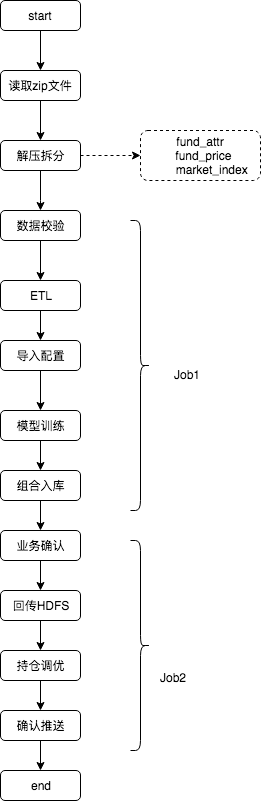
The draw.io diagram robot.png in wennengjun/MyFirstProgect, before a commit. Source tidied: cells renumbered, new cells last; positions are measured from the earlier drawing's top-left corner, leaving out a move shared by most shapes. Source of this version:
```xml
<mxGraphModel background="#ffffff">
  <root>
    <mxCell id="0" />
    <mxCell id="1" parent="0" />
    <mxCell id="2" style="edgeStyle=orthogonalEdgeStyle;rounded=0;html=1;jettySize=auto;" parent="1" edge="1" source="3">
      <mxGeometry relative="1" as="geometry">
        <mxPoint x="40" y="70" as="targetPoint" />
      </mxGeometry>
    </mxCell>
    <mxCell id="3" value="start" style="rounded=1;whiteSpace=wrap;html=1;" parent="1" vertex="1">
      <mxGeometry width="80" height="30" as="geometry" />
    </mxCell>
    <mxCell id="4" style="edgeStyle=orthogonalEdgeStyle;rounded=0;html=1;jettySize=auto;" parent="1" edge="1" source="5">
      <mxGeometry relative="1" as="geometry">
        <mxPoint x="40" y="140" as="targetPoint" />
      </mxGeometry>
    </mxCell>
    <mxCell id="5" value="读取zip文件" style="rounded=1;whiteSpace=wrap;html=1;" parent="1" vertex="1">
      <mxGeometry y="70" width="80" height="30" as="geometry" />
    </mxCell>
    <mxCell id="6" style="edgeStyle=orthogonalEdgeStyle;rounded=0;html=1;dashed=1;jettySize=auto;" parent="1" edge="1" source="8" target="28">
      <mxGeometry relative="1" as="geometry" />
    </mxCell>
    <mxCell id="7" style="edgeStyle=orthogonalEdgeStyle;rounded=0;html=1;jettySize=auto;" parent="1" edge="1" source="8" target="10">
      <mxGeometry relative="1" as="geometry">
        <Array as="points">
          <mxPoint x="40" y="200" />
          <mxPoint x="40" y="200" />
        </Array>
      </mxGeometry>
    </mxCell>
    <mxCell id="8" value="解压拆分" style="rounded=1;whiteSpace=wrap;html=1;" parent="1" vertex="1">
      <mxGeometry y="140" width="80" height="30" as="geometry" />
    </mxCell>
    <mxCell id="9" style="edgeStyle=orthogonalEdgeStyle;rounded=0;html=1;jettySize=auto;" parent="1" edge="1" source="10" target="12">
      <mxGeometry relative="1" as="geometry" />
    </mxCell>
    <mxCell id="10" value="数据校验" style="rounded=1;whiteSpace=wrap;html=1;" parent="1" vertex="1">
      <mxGeometry y="210" width="80" height="30" as="geometry" />
    </mxCell>
    <mxCell id="11" style="edgeStyle=orthogonalEdgeStyle;rounded=0;html=1;jettySize=auto;" parent="1" edge="1" source="12" target="14">
      <mxGeometry relative="1" as="geometry" />
    </mxCell>
    <mxCell id="12" value="ETL" style="rounded=1;whiteSpace=wrap;html=1;" parent="1" vertex="1">
      <mxGeometry y="280" width="80" height="30" as="geometry" />
    </mxCell>
    <mxCell id="13" style="edgeStyle=orthogonalEdgeStyle;rounded=0;html=1;jettySize=auto;" parent="1" edge="1" source="14" target="16">
      <mxGeometry relative="1" as="geometry" />
    </mxCell>
    <mxCell id="14" value="导入配置" style="rounded=1;whiteSpace=wrap;html=1;" parent="1" vertex="1">
      <mxGeometry y="340" width="80" height="30" as="geometry" />
    </mxCell>
    <mxCell id="15" style="edgeStyle=orthogonalEdgeStyle;rounded=0;html=1;jettySize=auto;" parent="1" edge="1" source="16" target="18">
      <mxGeometry relative="1" as="geometry" />
    </mxCell>
    <mxCell id="16" value="模型训练" style="rounded=1;whiteSpace=wrap;html=1;" parent="1" vertex="1">
      <mxGeometry y="410" width="80" height="30" as="geometry" />
    </mxCell>
    <mxCell id="17" style="edgeStyle=orthogonalEdgeStyle;rounded=0;html=1;jettySize=auto;" parent="1" edge="1" source="18" target="20">
      <mxGeometry relative="1" as="geometry" />
    </mxCell>
    <mxCell id="18" value="组合入库" style="rounded=1;whiteSpace=wrap;html=1;" parent="1" vertex="1">
      <mxGeometry y="470" width="80" height="30" as="geometry" />
    </mxCell>
    <mxCell id="19" style="edgeStyle=orthogonalEdgeStyle;rounded=0;html=1;jettySize=auto;" parent="1" edge="1" source="20" target="22">
      <mxGeometry relative="1" as="geometry" />
    </mxCell>
    <mxCell id="20" value="业务确认" style="rounded=1;whiteSpace=wrap;html=1;" parent="1" vertex="1">
      <mxGeometry y="530" width="80" height="30" as="geometry" />
    </mxCell>
    <mxCell id="21" style="edgeStyle=orthogonalEdgeStyle;rounded=0;html=1;jettySize=auto;" parent="1" edge="1" source="22" target="24">
      <mxGeometry relative="1" as="geometry" />
    </mxCell>
    <mxCell id="22" value="回传HDFS" style="rounded=1;whiteSpace=wrap;html=1;" parent="1" vertex="1">
      <mxGeometry y="590" width="80" height="30" as="geometry" />
    </mxCell>
    <mxCell id="23" style="edgeStyle=orthogonalEdgeStyle;rounded=0;html=1;jettySize=auto;" parent="1" edge="1" source="24" target="26">
      <mxGeometry relative="1" as="geometry" />
    </mxCell>
    <mxCell id="24" value="持仓调优" style="rounded=1;whiteSpace=wrap;html=1;" parent="1" vertex="1">
      <mxGeometry y="650" width="80" height="30" as="geometry" />
    </mxCell>
    <mxCell id="25" style="edgeStyle=orthogonalEdgeStyle;rounded=0;html=1;jettySize=auto;" parent="1" edge="1" source="26" target="27">
      <mxGeometry relative="1" as="geometry" />
    </mxCell>
    <mxCell id="26" value="确认推送" style="rounded=1;whiteSpace=wrap;html=1;" parent="1" vertex="1">
      <mxGeometry y="710" width="80" height="30" as="geometry" />
    </mxCell>
    <mxCell id="27" value="end" style="rounded=1;whiteSpace=wrap;html=1;" parent="1" vertex="1">
      <mxGeometry y="770" width="80" height="30" as="geometry" />
    </mxCell>
    <mxCell id="28" value="fund_attr&lt;br&gt;&amp;nbsp; fund_price&lt;br&gt;&amp;nbsp; &amp;nbsp; &amp;nbsp; &amp;nbsp;market_index" style="rounded=1;whiteSpace=wrap;html=1;dashed=1;" parent="1" vertex="1">
      <mxGeometry x="140" y="130" width="120" height="50" as="geometry" />
    </mxCell>
    <mxCell id="29" style="shape=curlyBracket;whiteSpace=wrap;html=1;rounded=1;rotation=180;" parent="1" vertex="1">
      <mxGeometry x="130" y="540" width="20" height="210" as="geometry" />
    </mxCell>
    <mxCell id="30" style="shape=curlyBracket;whiteSpace=wrap;html=1;rounded=1;rotation=180;" parent="1" vertex="1">
      <mxGeometry x="130" y="220" width="20" height="290" as="geometry" />
    </mxCell>
    <mxCell id="31" value="Job2" style="text;html=1;align=left;verticalAlign=top;spacingTop=-4;" parent="1" vertex="1">
      <mxGeometry x="158" y="668" width="40" height="20" as="geometry" />
    </mxCell>
    <mxCell id="32" value="Job1" style="text;html=1;align=left;verticalAlign=top;spacingTop=-4;" parent="1" vertex="1">
      <mxGeometry x="172" y="365" width="40" height="20" as="geometry" />
    </mxCell>
  </root>
</mxGraphModel>
```
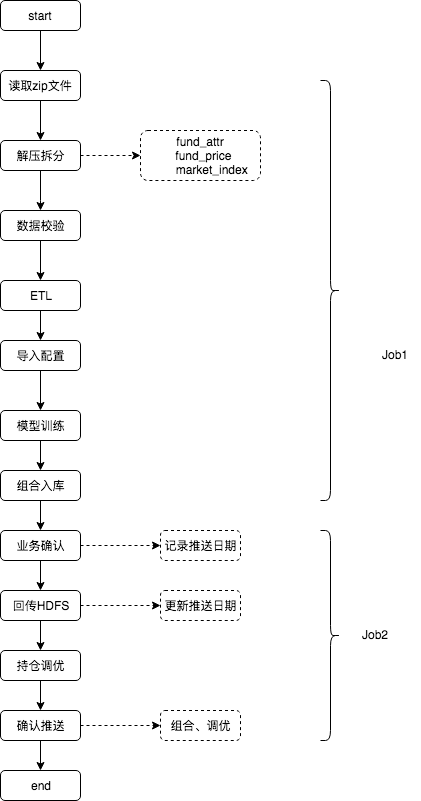
After the change.

Diff of the diagram source:
```diff
@@ -65,15 +65,27 @@
     <mxCell id="19" style="edgeStyle=orthogonalEdgeStyle;rounded=0;html=1;jettySize=auto;" parent="1" edge="1" source="20" target="22">
       <mxGeometry relative="1" as="geometry" />
     </mxCell>
+    <mxCell id="33" style="edgeStyle=orthogonalEdgeStyle;rounded=0;html=1;dashed=1;jettySize=auto;" parent="1" edge="1" source="20" target="34">
+      <mxGeometry relative="1" as="geometry" />
+    </mxCell>
     <mxCell id="20" value="业务确认" style="rounded=1;whiteSpace=wrap;html=1;" parent="1" vertex="1">
       <mxGeometry y="530" width="80" height="30" as="geometry" />
     </mxCell>
+    <mxCell id="34" value="记录推送日期" style="rounded=1;whiteSpace=wrap;html=1;dashed=1;" parent="1" vertex="1">
+      <mxGeometry x="160" y="530" width="80" height="30" as="geometry" />
+    </mxCell>
     <mxCell id="21" style="edgeStyle=orthogonalEdgeStyle;rounded=0;html=1;jettySize=auto;" parent="1" edge="1" source="22" target="24">
       <mxGeometry relative="1" as="geometry" />
     </mxCell>
+    <mxCell id="35" style="edgeStyle=orthogonalEdgeStyle;rounded=0;html=1;jettySize=auto;dashed=1;entryX=0;entryY=0.5;" parent="1" edge="1" source="22" target="36">
+      <mxGeometry relative="1" as="geometry" />
+    </mxCell>
     <mxCell id="22" value="回传HDFS" style="rounded=1;whiteSpace=wrap;html=1;" parent="1" vertex="1">
       <mxGeometry y="590" width="80" height="30" as="geometry" />
     </mxCell>
+    <mxCell id="36" value="更新推送日期" style="rounded=1;whiteSpace=wrap;html=1;dashed=1;" parent="1" vertex="1">
+      <mxGeometry x="160" y="590" width="80" height="30" as="geometry" />
+    </mxCell>
     <mxCell id="23" style="edgeStyle=orthogonalEdgeStyle;rounded=0;html=1;jettySize=auto;" parent="1" edge="1" source="24" target="26">
       <mxGeometry relative="1" as="geometry" />
     </mxCell>
@@ -83,9 +95,15 @@
     <mxCell id="25" style="edgeStyle=orthogonalEdgeStyle;rounded=0;html=1;jettySize=auto;" parent="1" edge="1" source="26" target="27">
       <mxGeometry relative="1" as="geometry" />
     </mxCell>
+    <mxCell id="37" style="edgeStyle=orthogonalEdgeStyle;rounded=0;html=1;dashed=1;jettySize=auto;" parent="1" edge="1" source="26" target="38">
+      <mxGeometry relative="1" as="geometry" />
+    </mxCell>
     <mxCell id="26" value="确认推送" style="rounded=1;whiteSpace=wrap;html=1;" parent="1" vertex="1">
       <mxGeometry y="710" width="80" height="30" as="geometry" />
     </mxCell>
+    <mxCell id="38" value="组合、调优" style="rounded=1;whiteSpace=wrap;html=1;dashed=1;" parent="1" vertex="1">
+      <mxGeometry x="160" y="710" width="80" height="30" as="geometry" />
+    </mxCell>
     <mxCell id="27" value="end" style="rounded=1;whiteSpace=wrap;html=1;" parent="1" vertex="1">
       <mxGeometry y="770" width="80" height="30" as="geometry" />
     </mxCell>
@@ -93,16 +111,16 @@
       <mxGeometry x="140" y="130" width="120" height="50" as="geometry" />
     </mxCell>
     <mxCell id="29" style="shape=curlyBracket;whiteSpace=wrap;html=1;rounded=1;rotation=180;" parent="1" vertex="1">
-      <mxGeometry x="130" y="540" width="20" height="210" as="geometry" />
+      <mxGeometry x="320" y="530" width="20" height="210" as="geometry" />
     </mxCell>
     <mxCell id="30" style="shape=curlyBracket;whiteSpace=wrap;html=1;rounded=1;rotation=180;" parent="1" vertex="1">
-      <mxGeometry x="130" y="220" width="20" height="290" as="geometry" />
+      <mxGeometry x="320" y="80" width="20" height="420" as="geometry" />
     </mxCell>
     <mxCell id="31" value="Job2" style="text;html=1;align=left;verticalAlign=top;spacingTop=-4;" parent="1" vertex="1">
-      <mxGeometry x="158" y="668" width="40" height="20" as="geometry" />
+      <mxGeometry x="360" y="625" width="40" height="20" as="geometry" />
     </mxCell>
     <mxCell id="32" value="Job1" style="text;html=1;align=left;verticalAlign=top;spacingTop=-4;" parent="1" vertex="1">
-      <mxGeometry x="172" y="365" width="40" height="20" as="geometry" />
+      <mxGeometry x="380" y="345" width="40" height="20" as="geometry" />
     </mxCell>
   </root>
 </mxGraphModel>
```
